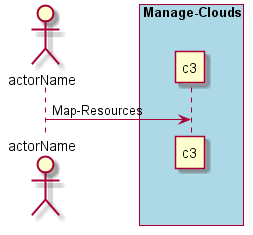
This is docs/UseCases/Manage-Clouds/Map-Resources.png from CAADE/C3, a PlantUML export, as it was before one commit.
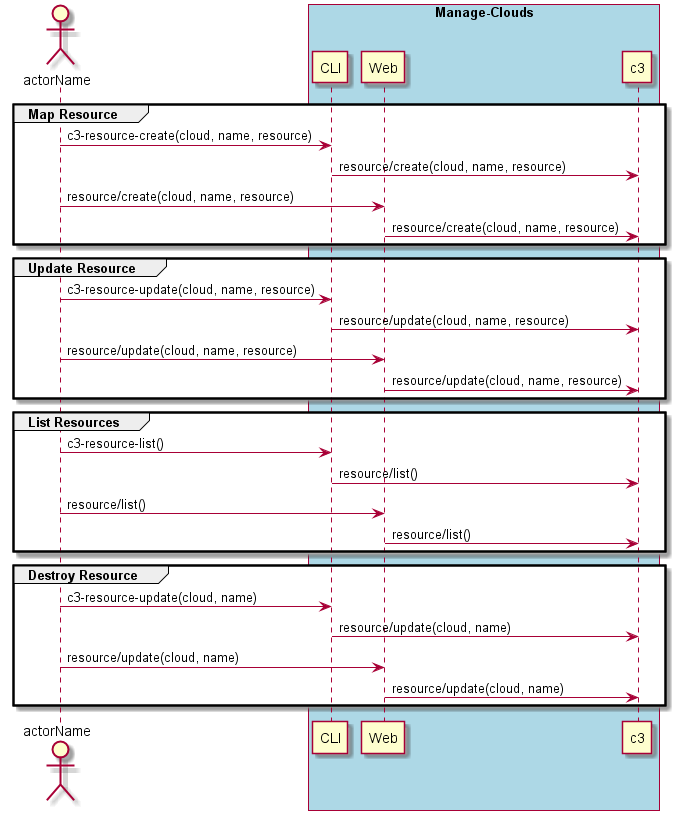
Later version of the same file.

The edit, as a diff of the source:
```diff
@@ -2,8 +2,37 @@
 Actor "actorName" as A
 
 box "Manage-Clouds" #lightblue
+participant CLI as CLI
+participant Web as Web
 participant "c3" as S
-A -> S : Map-Resources
+group Map Resource
+    A -> CLI : c3-resource-create(cloud, name, resource)
+    CLI -> S : resource/create(cloud, name, resource)
+    A -> Web : resource/create(cloud, name, resource)
+    Web -> S : resource/create(cloud, name, resource)
+end
+
+group Update Resource
+    A -> CLI : c3-resource-update(cloud, name, resource)
+    CLI -> S : resource/update(cloud, name, resource)
+    A -> Web : resource/update(cloud, name, resource)
+    Web -> S : resource/update(cloud, name, resource)
+end
+
+group List Resources
+    A -> CLI : c3-resource-list()
+    CLI -> S : resource/list()
+    A -> Web : resource/list()
+    Web -> S : resource/list()
+end
+
+group Destroy Resource
+    A -> CLI : c3-resource-update(cloud, name)
+    CLI -> S : resource/update(cloud, name)
+    A -> Web : resource/update(cloud, name)
+    Web -> S : resource/update(cloud, name)
+end
+
 end box
 
 @enduml
```
